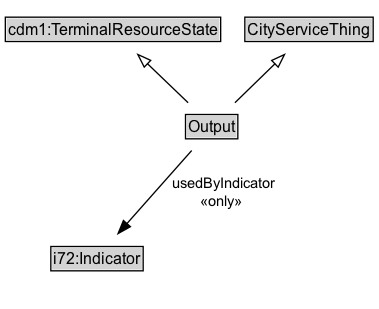
Before: docs/diagrams/Output.dot.png, a diagram exported from Graphviz (ISO-TC204/ontology-cdm-p2-v1). Its source is kept beside it as docs/diagrams/Output.dot.
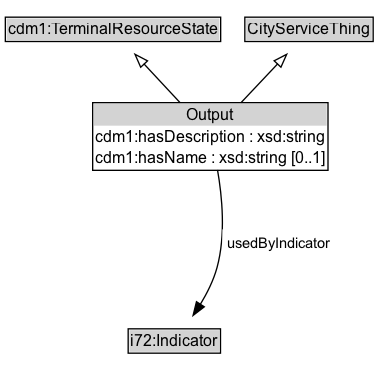
Later version of the same file.

Diff of the diagram source:
```diff
@@ -3,20 +3,23 @@
 	node [fontname=Arial fontsize=12 margin=0 shape=none]
 	edge [fontname=Arial fontsize=11]
 	{
+		rank=source
+		cdm1_TerminalResourceState [label=<<TABLE BORDER="1" CELLBORDER="0" CELLSPACING="0" CELLPADDING="1"><TR><TD BGCOLOR="lightgray" ALIGN="CENTER">cdm1:TerminalResourceState</TD></TR></TABLE>> URL="https://w3id.org/citydata/part1/v1/TerminalResourceState" margin=0]
+		CityServiceThing [label=<<TABLE BORDER="1" CELLBORDER="0" CELLSPACING="0" CELLPADDING="1"><TR><TD BGCOLOR="lightgray" ALIGN="CENTER">CityServiceThing</TD></TR></TABLE>> URL="../CityServiceThing" margin=0]
+	}
+	Output [label=<<TABLE BORDER="1" CELLBORDER="0" CELLSPACING="0" CELLPADDING="1"><TR><TD BGCOLOR="lightgray" ALIGN="CENTER">Output</TD></TR><TR><TD ALIGN="LEFT">cdm1:hasDescription : xsd:string</TD></TR><TR><TD ALIGN="LEFT">cdm1:hasName : xsd:string [0..1]</TD></TR></TABLE>> URL="../Output" margin=0]
+	{
 		rank=max
-		Output [label=<<TABLE BORDER="1" CELLBORDER="0" CELLSPACING="0" CELLPADDING="1"><TR><TD BGCOLOR="lightgray" ALIGN="CENTER" PORT="e">Output</TD></TR></TABLE>> URL="../Output.md" margin=0]
 	}
 	subgraph cluster_associated {
 		label="" style=invis
 		Invis [label=<<TABLE BORDER="0" CELLBORDER="0" CELLSPACING="0" CELLPADDING="1"><TR><TD></TD></TR></TABLE>> margin=0 style=invis]
-		i72_Indicator [label=<<TABLE BORDER="1" CELLBORDER="0" CELLSPACING="0" CELLPADDING="1"><TR><TD BGCOLOR="lightgray" ALIGN="CENTER">i72:Indicator</TD></TR></TABLE>> margin=0]
+		i72_Indicator [label=<<TABLE BORDER="1" CELLBORDER="0" CELLSPACING="0" CELLPADDING="1"><TR><TD BGCOLOR="lightgray" ALIGN="CENTER">i72:Indicator</TD></TR></TABLE>> URL="https://w3id.org/citydata/21972/v1/Indicator" margin=0]
 	}
-	cdm1_TerminalResourceState [label=<<TABLE BORDER="1" CELLBORDER="0" CELLSPACING="0" CELLPADDING="1"><TR><TD BGCOLOR="lightgray" ALIGN="CENTER">cdm1:TerminalResourceState</TD></TR></TABLE>> margin=0]
 	Output -> cdm1_TerminalResourceState [arrowhead=onormal style=solid]
-	CityServiceThing [label=<<TABLE BORDER="1" CELLBORDER="0" CELLSPACING="0" CELLPADDING="1"><TR><TD BGCOLOR="lightgray" ALIGN="CENTER">CityServiceThing</TD></TR></TABLE>> URL="../CityServiceThing.md" margin=0]
 	Output -> CityServiceThing [arrowhead=onormal style=solid]
 	Output -> Invis [style=invis]
 	Invis -> i72_Indicator [style=invis]
-	Output -> i72_Indicator [label=" usedByIndicator
- «only»  " arrowhead=normal style=solid]
+	i72_Indicator [label=<<TABLE BORDER="1" CELLBORDER="0" CELLSPACING="0" CELLPADDING="1"><TR><TD BGCOLOR="lightgray" ALIGN="CENTER">i72:Indicator</TD></TR></TABLE>> URL="https://w3id.org/citydata/21972/v1/Indicator" margin=0]
+	Output -> i72_Indicator [label=<<TABLE BORDER="0" CELLBORDER="0" CELLSPACING="0" CELLPADDING="4" BGCOLOR="white"><TR><TD ALIGN="CENTER">usedByIndicator</TD></TR></TABLE>> arrowhead=normal style=solid]
 }
```
